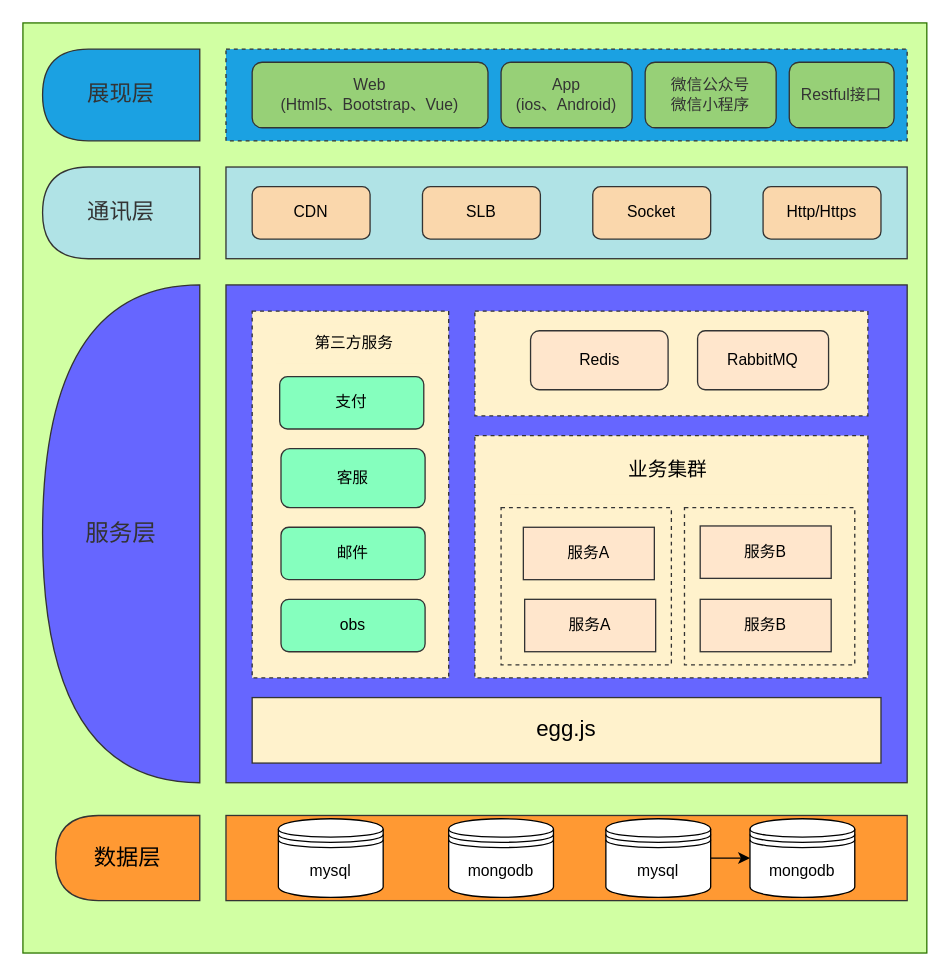
The draw.io diagram test.drawio in luckyriko/hello-world, before the edit. Source tidied: cells renumbered, new cells numbered last; positions are measured from the earlier drawing's top-left corner, leaving out a move shared by most shapes. Both pictures are drawn from the tidied source at 131%, with x=0, y=0 at pixel (22, 22).
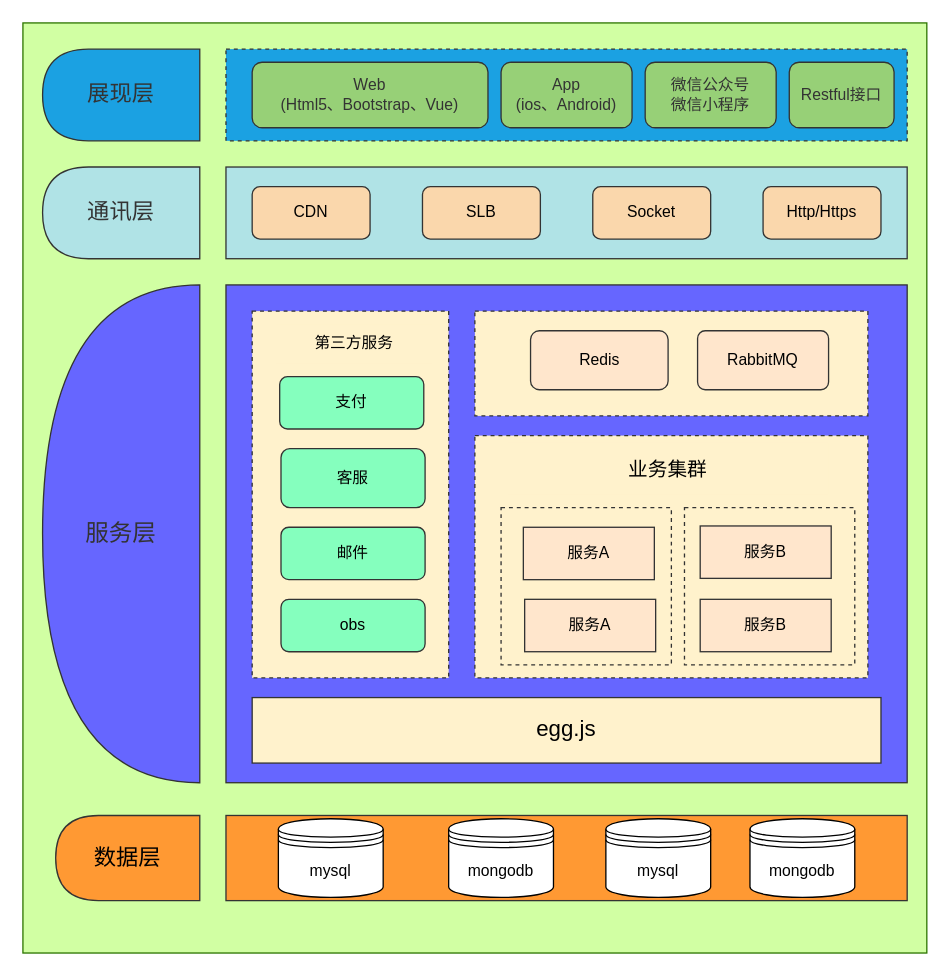
After the change.

Unchanged cells that the change refers to:
```xml
<mxCell id="8" value="&lt;span&gt;mysql&lt;/span&gt;" style="shape=datastore;whiteSpace=wrap;html=1;" parent="1" vertex="1">
  <mxGeometry x="445" y="607.5" width="80" height="60" as="geometry" />
</mxCell>
<mxCell id="10" value="&lt;span&gt;mongodb&lt;/span&gt;" style="shape=datastore;whiteSpace=wrap;html=1;" parent="1" vertex="1">
  <mxGeometry x="555" y="607.5" width="80" height="60" as="geometry" />
</mxCell>
```

Diff of the diagram source:
```diff
@@
-    <mxCell id="7" style="edgeStyle=orthogonalEdgeStyle;rounded=0;jettySize=auto;html=1;" parent="1" edge="1" source="8" target="10">
-      <mxGeometry relative="1" as="geometry" />
-    </mxCell>
```
